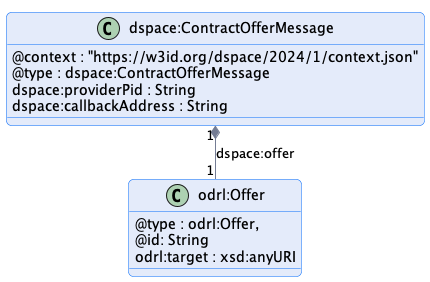
This is specifications/negotiation/message/diagram/contract-offer-message.png from eclipse-dataspace-protocol-base/DataspaceProtocol, a PlantUML export, as it was before one commit.
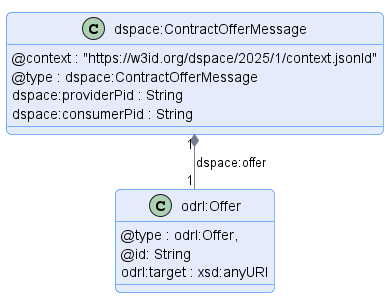
After the commit.

Commit message:
fix: remove callbackAddress from ContractOfferMessage

The edit, as a diff of the source:
```diff
@@ -7,10 +7,10 @@
 
 
 class "dspace:ContractOfferMessage" {
-    @context : "https://w3id.org/dspace/2024/1/context.json"
+    @context : "https://w3id.org/dspace/2025/1/context.jsonld"
     @type : dspace:ContractOfferMessage
     dspace:providerPid : String
-    dspace:callbackAddress : String
+    dspace:consumerPid : String
 }
 
 class odrl:Offer {
```
